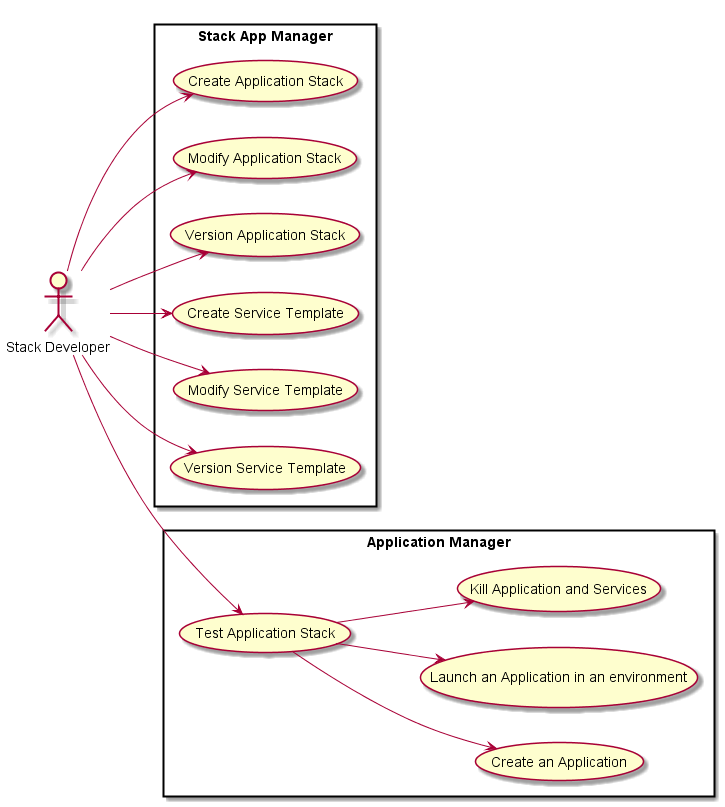
The PlantUML diagram design/Actors/StackDeveloper/UseCases.png in CAADE/CloudLet, before a commit.
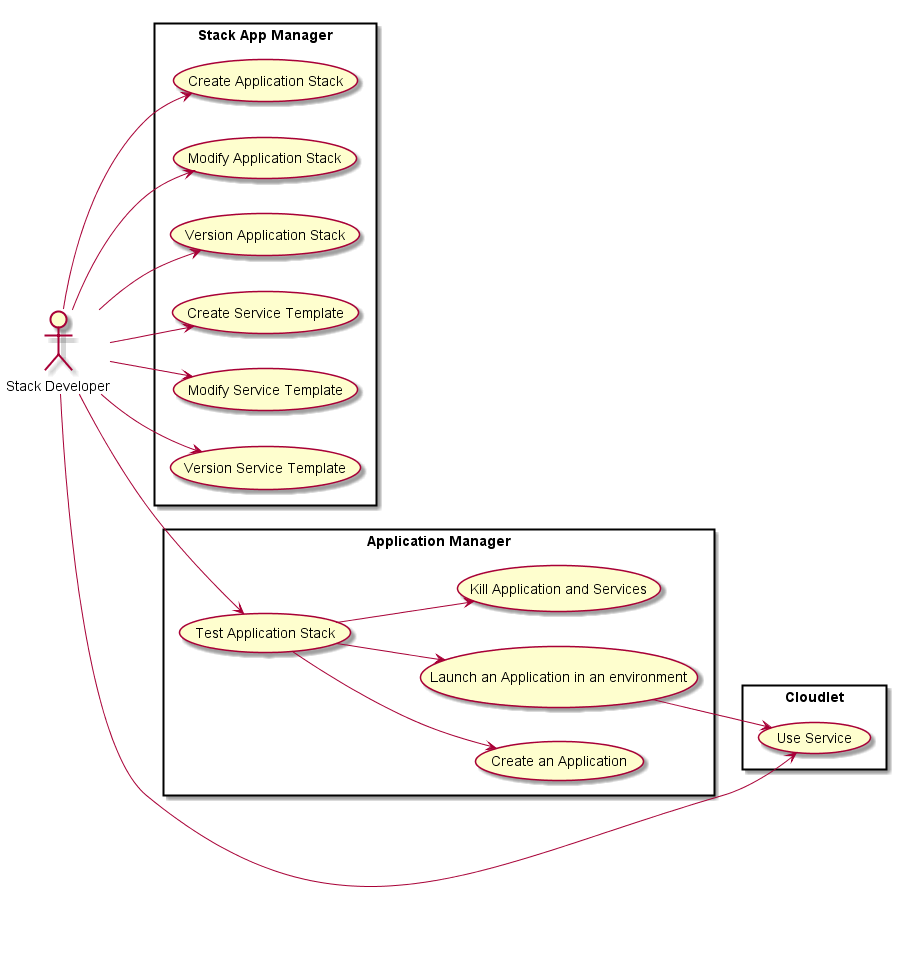
The same file after the commit.

What changed in the source:
```diff
@@ -18,6 +18,13 @@
   (Test Application Stack) --> (Create an Application)
   (Test Application Stack) --> (Launch an Application in an environment)
   (Test Application Stack) --> (Kill Application and Services)
+
 }
 
+rectangle "Cloudlet" {
+  Admin --> (Use Service)
+  (Launch an Application in an environment) --> (Use Service)
+}
+
+
 @enduml
```
